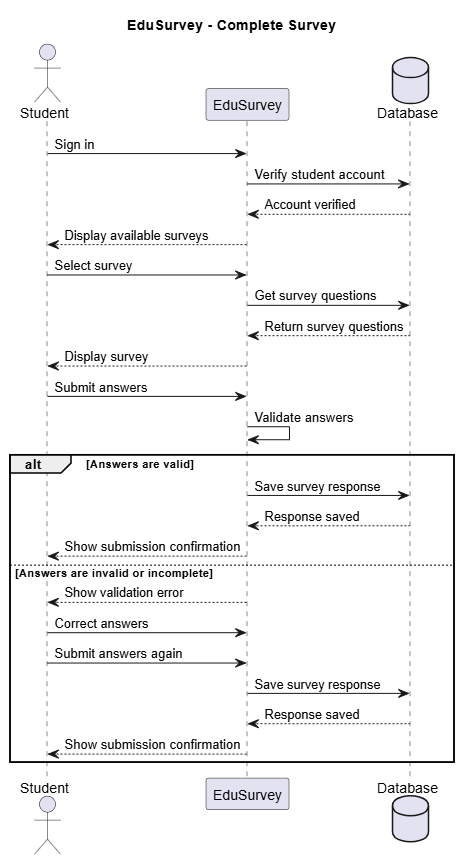
Earlier version of the PlantUML export docs/diagrams/sequence-complete-survey.png (SE-FDA-NEU-AI66B/software-group4-topicB2). Its source is kept beside it as docs/diagrams/sequence-complete-survey.puml. Source of this version:
```plantuml
@startuml

title EduSurvey - Complete Survey

actor Student
participant "EduSurvey" as System
database "Database" as DB

Student -> System: Sign in
System -> DB: Verify student account
DB --> System: Account verified
System --> Student: Display available surveys

Student -> System: Select survey
System -> DB: Get survey questions
DB --> System: Return survey questions
System --> Student: Display survey

Student -> System: Submit answers
System -> System: Validate answers

alt Answers are valid
    System -> DB: Save survey response
    DB --> System: Response saved
    System --> Student: Show submission confirmation

else Answers are invalid or incomplete
    System --> Student: Show validation error
    Student -> System: Correct answers
    Student -> System: Submit answers again
    System -> DB: Save survey response
    DB --> System: Response saved
    System --> Student: Show submission confirmation
end

@enduml
```
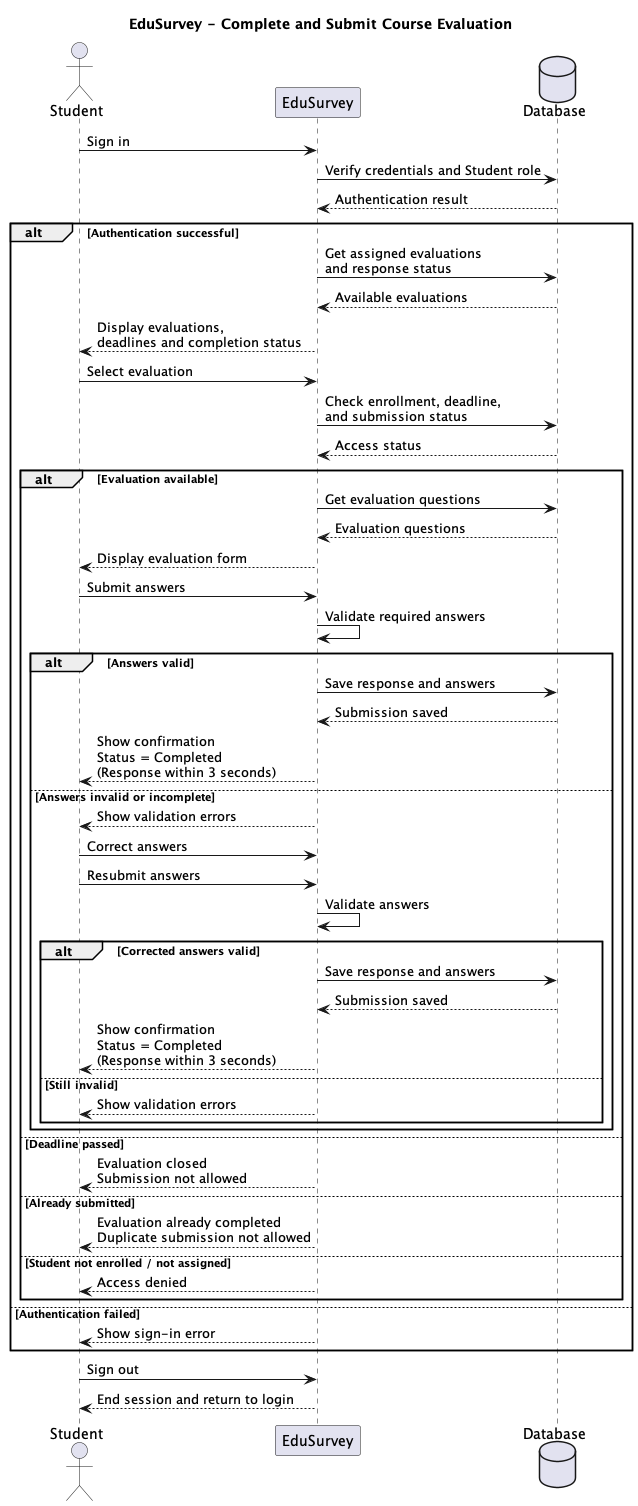
The same file after the commit.

Diff of the diagram source:
```diff
@@ -1,36 +1,67 @@
 @startuml
 
-title EduSurvey - Complete Survey
+title EduSurvey - Complete and Submit Course Evaluation
 
 actor Student
 participant "EduSurvey" as System
 database "Database" as DB
 
 Student -> System: Sign in
-System -> DB: Verify student account
-DB --> System: Account verified
-System --> Student: Display available surveys
+System -> DB: Verify credentials and Student role
+DB --> System: Authentication result
 
-Student -> System: Select survey
-System -> DB: Get survey questions
-DB --> System: Return survey questions
-System --> Student: Display survey
+alt Authentication successful
+    System -> DB: Get assigned evaluations\nand response status
+    DB --> System: Available evaluations
+    System --> Student: Display evaluations,\ndeadlines and completion status
 
-Student -> System: Submit answers
-System -> System: Validate answers
+    Student -> System: Select evaluation
+    System -> DB: Check enrollment, deadline,\nand submission status
+    DB --> System: Access status
 
-alt Answers are valid
-    System -> DB: Save survey response
-    DB --> System: Response saved
-    System --> Student: Show submission confirmation
+    alt Evaluation available
+        System -> DB: Get evaluation questions
+        DB --> System: Evaluation questions
+        System --> Student: Display evaluation form
 
-else Answers are invalid or incomplete
-    System --> Student: Show validation error
-    Student -> System: Correct answers
-    Student -> System: Submit answers again
-    System -> DB: Save survey response
-    DB --> System: Response saved
-    System --> Student: Show submission confirmation
+        Student -> System: Submit answers
+        System -> System: Validate required answers
+
+        alt Answers valid
+            System -> DB: Save response and answers
+            DB --> System: Submission saved
+            System --> Student: Show confirmation\nStatus = Completed\n(Response within 3 seconds)
+
+        else Answers invalid or incomplete
+            System --> Student: Show validation errors
+            Student -> System: Correct answers
+            Student -> System: Resubmit answers
+            System -> System: Validate answers
+
+            alt Corrected answers valid
+                System -> DB: Save response and answers
+                DB --> System: Submission saved
+                System --> Student: Show confirmation\nStatus = Completed\n(Response within 3 seconds)
+            else Still invalid
+                System --> Student: Show validation errors
+            end
+        end
+
+    else Deadline passed
+        System --> Student: Evaluation closed\nSubmission not allowed
+
+    else Already submitted
+        System --> Student: Evaluation already completed\nDuplicate submission not allowed
+
+    else Student not enrolled / not assigned
+        System --> Student: Access denied
+    end
+
+else Authentication failed
+    System --> Student: Show sign-in error
 end
 
+Student -> System: Sign out
+System --> Student: End session and return to login
+
 @enduml
```
